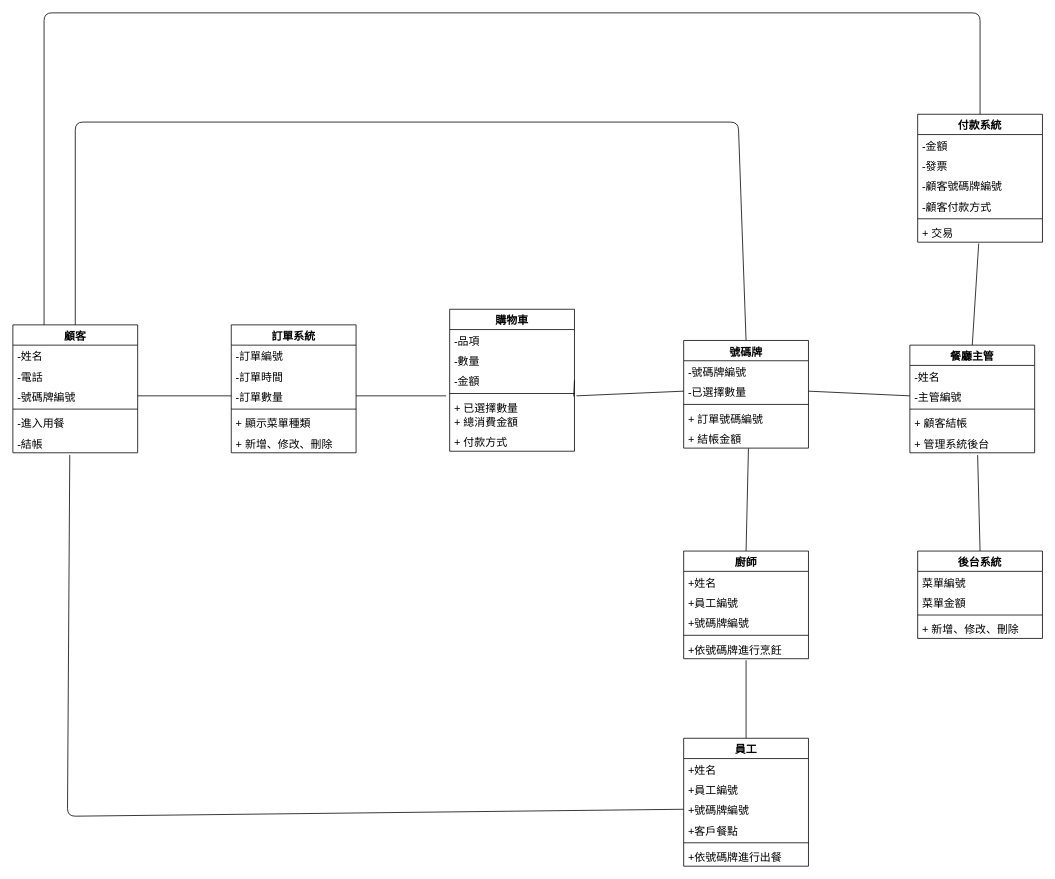
Earlier version of the draw.io diagram page "類別圖" (3 of 4) of answer.drawio (der0829/111-2End). Source tidied: cells renumbered, new cells numbered last; positions are measured from the earlier drawing's top-left corner, leaving out a move shared by most shapes. Both pictures are drawn from the tidied source at 78%, with x=0, y=0 at pixel (12, 12).
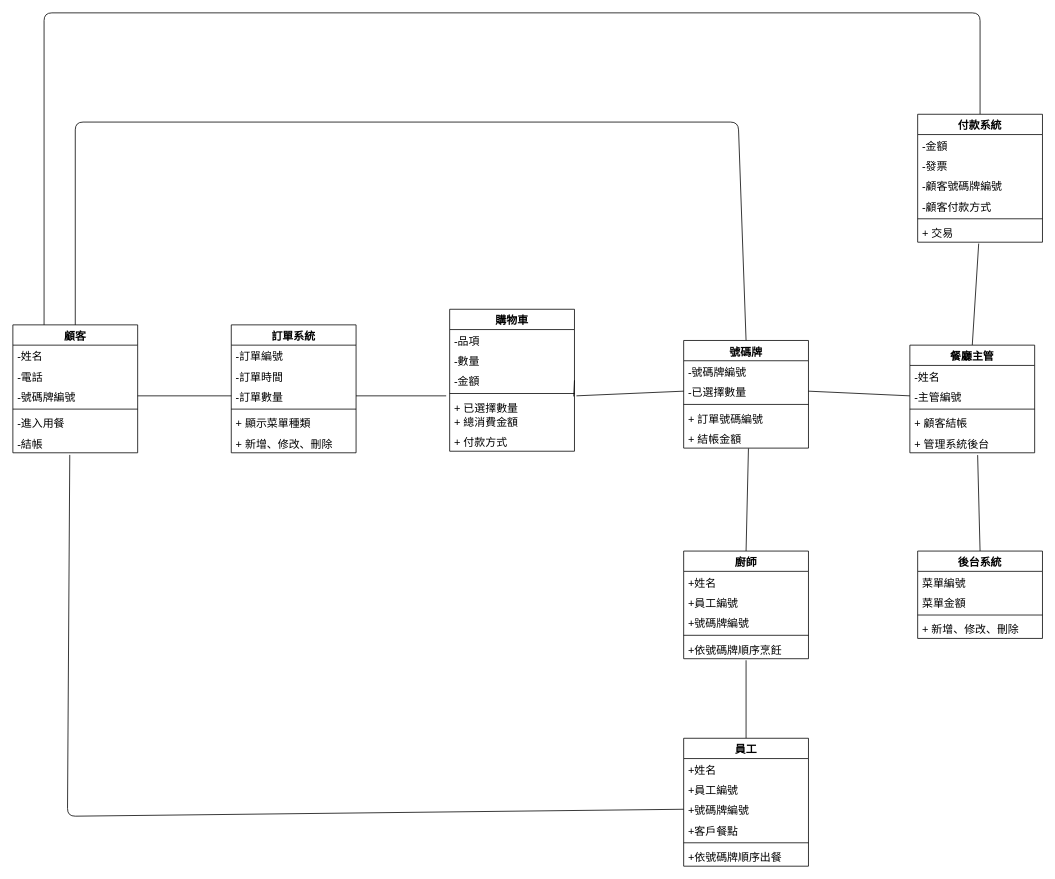
The same page after the edit.

The change refers to these unchanged cells:
```xml
<mxCell id="46" value="廚師" style="swimlane;fontStyle=1;align=center;verticalAlign=top;horizontal=1;startSize=26;fontSize=14;" parent="1" vertex="1">
  <mxGeometry x="860" y="690" width="160" height="138" as="geometry" />
</mxCell>
<mxCell id="53" value="員工" style="swimlane;fontStyle=1;align=center;verticalAlign=top;horizontal=1;startSize=26;fontSize=14;" parent="1" vertex="1">
  <mxGeometry x="860" y="930" width="160" height="164" as="geometry" />
</mxCell>
```

Diff of the diagram source:
```diff
@@
-    <mxCell id="51" value="+依號碼牌進行烹飪" style="text;strokeColor=none;fillColor=none;align=left;verticalAlign=top;spacingLeft=4;spacingRight=4;overflow=hidden;fontSize=14;" parent="46" vertex="1">
+    <mxCell id="51" value="+依號碼牌順序烹飪" style="text;strokeColor=none;fillColor=none;align=left;verticalAlign=top;spacingLeft=4;spacingRight=4;overflow=hidden;fontSize=14;" parent="46" vertex="1">
       <mxGeometry y="112" width="160" height="26" as="geometry" />
     </mxCell>
@@
-    <mxCell id="59" value="+依號碼牌進行出餐" style="text;strokeColor=none;fillColor=none;align=left;verticalAlign=top;spacingLeft=4;spacingRight=4;overflow=hidden;fontSize=14;" parent="53" vertex="1">
+    <mxCell id="59" value="+依號碼牌順序出餐" style="text;strokeColor=none;fillColor=none;align=left;verticalAlign=top;spacingLeft=4;spacingRight=4;overflow=hidden;fontSize=14;" parent="53" vertex="1">
       <mxGeometry y="138" width="160" height="26" as="geometry" />
     </mxCell>
```
